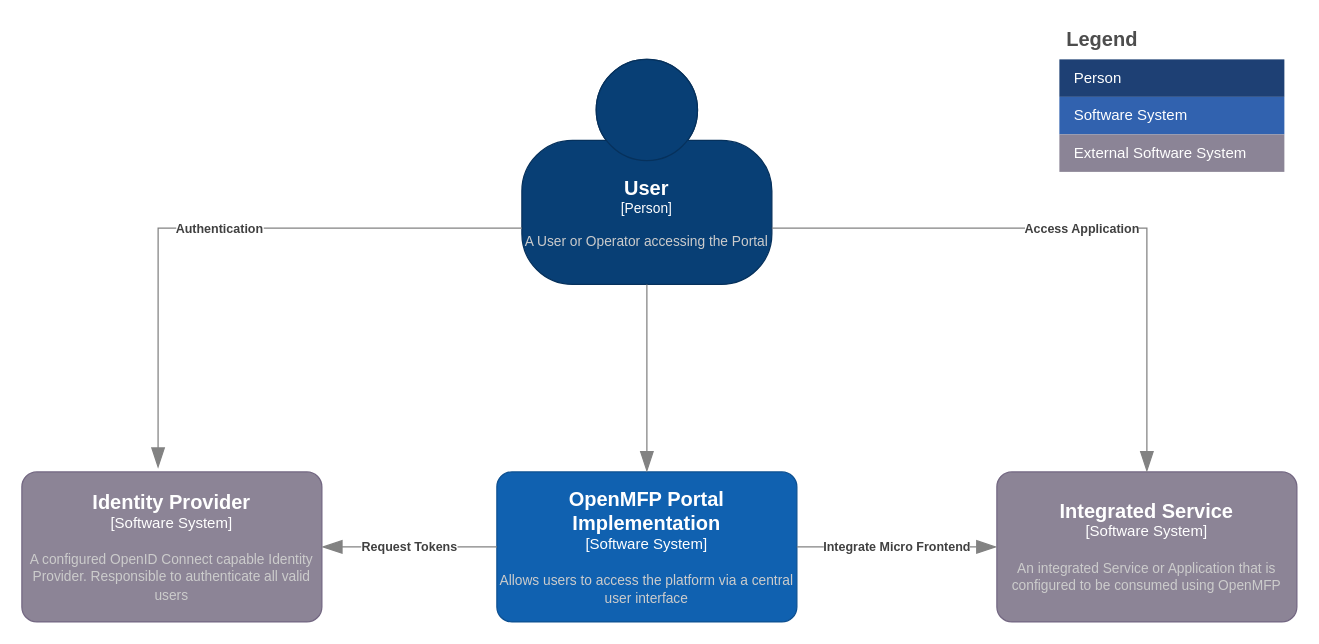
Earlier version of the draw.io diagram page "v0-sytstem-context" (1 of 4) of diagrams/openmfp-c4.drawio (openmfp/architecture). Source tidied: cells renumbered, new cells numbered last; positions are measured from the earlier drawing's top-left corner, leaving out a move shared by most shapes. Both pictures are drawn from the tidied source at 125%, with x=0, y=0 at pixel (21, 21).
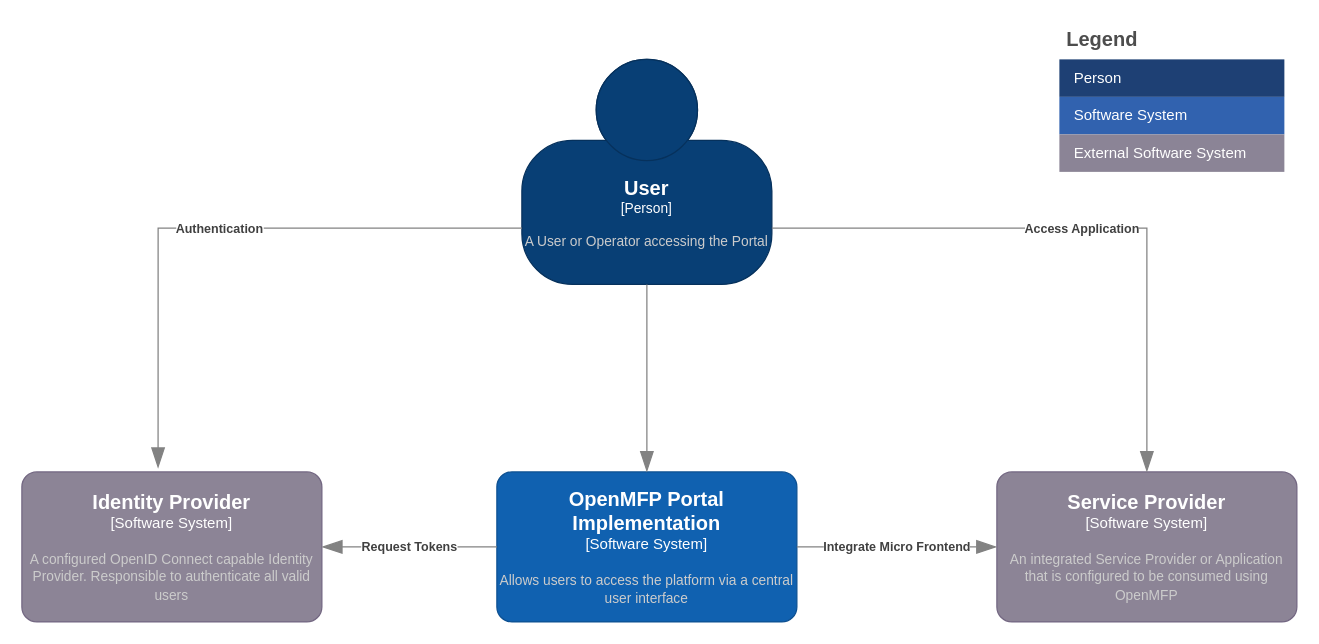
After the change.

What changed in the source:
```diff
@@
-    <object id="2" label="&lt;font style=&quot;font-size: 16px&quot;&gt;&lt;b&gt;%c4Name%&lt;/b&gt;&lt;/font&gt;&lt;div&gt;[%c4Type%]&lt;/div&gt;&lt;br&gt;&lt;div&gt;&lt;font style=&quot;font-size: 11px&quot;&gt;&lt;font color=&quot;#cccccc&quot;&gt;%c4Description%&lt;/font&gt;&lt;/div&gt;" c4Description="An integrated Service or Application that is configured to be consumed using OpenMFP" c4Name="Integrated Service" c4Type="Software System" placeholders="1">
+    <object id="2" label="&lt;font style=&quot;font-size: 16px&quot;&gt;&lt;b&gt;%c4Name%&lt;/b&gt;&lt;/font&gt;&lt;div&gt;[%c4Type%]&lt;/div&gt;&lt;br&gt;&lt;div&gt;&lt;font style=&quot;font-size: 11px&quot;&gt;&lt;font color=&quot;#cccccc&quot;&gt;%c4Description%&lt;/font&gt;&lt;/div&gt;" c4Description="An integrated Service Provider or Application that is configured to be consumed using OpenMFP" c4Name="Service Provider" c4Type="Software System" placeholders="1">
       <mxCell style="rounded=1;whiteSpace=wrap;html=1;labelBackgroundColor=none;fillColor=#8C8496;fontColor=#ffffff;align=center;arcSize=10;strokeColor=#736782;points=[[0.25,0,0],[0.5,0,0],[0.75,0,0],[1,0.25,0],[1,0.5,0],[1,0.75,0],[0.75,1,0],[0.5,1,0],[0.25,1,0],[0,0.75,0],[0,0.5,0],[0,0.25,0]];" parent="1" vertex="1">
         <mxGeometry x="780" y="360" width="240" height="120" as="geometry" />
       </mxCell>
     </object>
```
